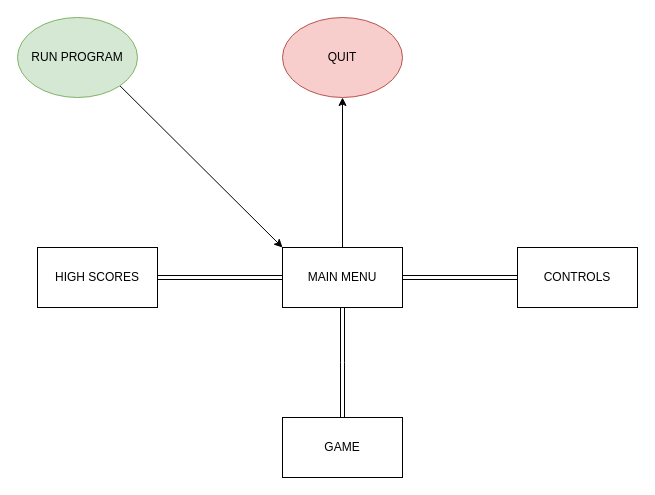
Earlier version of the draw.io diagram page "MAIN MENU" (1 of 3) of Design.drawio (Llordy/RESTLESS). Source tidied: cells renumbered, new cells numbered last; positions are measured from the earlier drawing's top-left corner, leaving out a move shared by most shapes. Both pictures are drawn from the tidied source at 100%, with x=0, y=0 at pixel (17, 17).
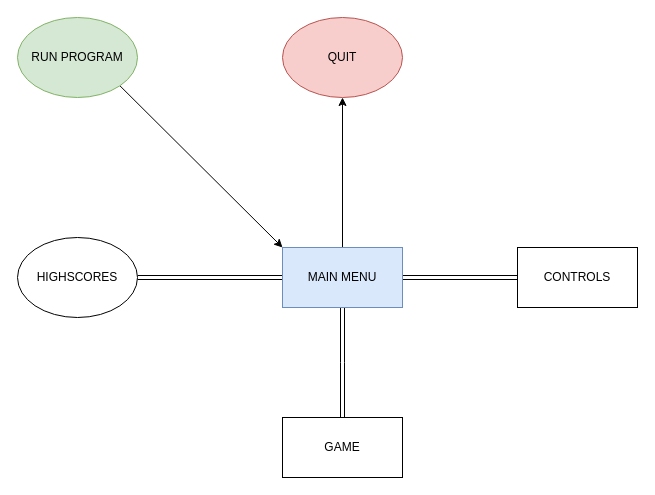
Above is the later version.

Change to the diagram source:
```diff
@@
 <mxGraphModel>
   <root>
     <mxCell id="0" />
     <mxCell id="1" parent="0" />
     <mxCell id="2" style="edgeStyle=orthogonalEdgeStyle;rounded=0;jettySize=auto;html=1;shape=link;" parent="1" edge="1" source="7">
       <mxGeometry relative="1" as="geometry">
         <mxPoint x="325" y="400" as="targetPoint" />
       </mxGeometry>
     </mxCell>
-    <mxCell id="3" style="edgeStyle=orthogonalEdgeStyle;rounded=0;jettySize=auto;html=1;entryX=1;entryY=0.5;entryDx=0;entryDy=0;shape=link;" parent="1" edge="1" source="7" target="9">
+    <mxCell id="3" style="edgeStyle=orthogonalEdgeStyle;rounded=0;jettySize=auto;html=1;entryX=1;entryY=0.5;entryDx=0;entryDy=0;shape=link;" parent="1" edge="1" source="7" target="13">
       <mxGeometry relative="1" as="geometry" />
     </mxCell>
     <mxCell id="4" style="edgeStyle=orthogonalEdgeStyle;rounded=0;jettySize=auto;html=1;entryX=0;entryY=0.5;entryDx=0;entryDy=0;shape=link;" parent="1" edge="1" source="7" target="10">
       <mxGeometry relative="1" as="geometry" />
     </mxCell>
     <mxCell id="5" style="edgeStyle=orthogonalEdgeStyle;rounded=0;jettySize=auto;html=1;entryX=0.5;entryY=1;entryDx=0;entryDy=0;" parent="1" edge="1" source="7" target="12">
       <mxGeometry relative="1" as="geometry" />
     </mxCell>
     <mxCell id="6" style="rounded=0;jettySize=auto;html=1;exitX=1;exitY=1;exitDx=0;exitDy=0;entryX=0;entryY=0;entryDx=0;entryDy=0;" parent="1" edge="1" source="11" target="7">
       <mxGeometry relative="1" as="geometry" />
     </mxCell>
-    <mxCell id="7" value="MAIN MENU" style="whiteSpace=wrap;html=1;" parent="1" vertex="1">
+    <mxCell id="7" value="MAIN MENU" style="whiteSpace=wrap;html=1;fillColor=#dae8fc;strokeColor=#6c8ebf;" parent="1" vertex="1">
       <mxGeometry x="265" y="230" width="120" height="60" as="geometry" />
     </mxCell>
     <mxCell id="8" value="GAME" style="whiteSpace=wrap;html=1;" parent="1" vertex="1">
       <mxGeometry x="265" y="400" width="120" height="60" as="geometry" />
     </mxCell>
-    <mxCell id="9" value="HIGH SCORES" style="rounded=0;whiteSpace=wrap;html=1;" parent="1" vertex="1">
-      <mxGeometry x="20" y="230" width="120" height="60" as="geometry" />
-    </mxCell>
     <mxCell id="10" value="CONTROLS" style="whiteSpace=wrap;html=1;" parent="1" vertex="1">
       <mxGeometry x="500" y="230" width="120" height="60" as="geometry" />
     </mxCell>
     <mxCell id="11" value="RUN PROGRAM" style="ellipse;whiteSpace=wrap;html=1;fillColor=#d5e8d4;strokeColor=#82b366;" parent="1" vertex="1">
       <mxGeometry width="120" height="80" as="geometry" />
     </mxCell>
     <mxCell id="12" value="QUIT" style="ellipse;whiteSpace=wrap;html=1;fillColor=#f8cecc;strokeColor=#b85450;" parent="1" vertex="1">
       <mxGeometry x="265" width="120" height="80" as="geometry" />
     </mxCell>
+    <mxCell id="13" value="HIGHSCORES" style="ellipse;whiteSpace=wrap;html=1;" parent="1" vertex="1">
+      <mxGeometry y="220" width="120" height="80" as="geometry" />
+    </mxCell>
   </root>
 </mxGraphModel>
```
